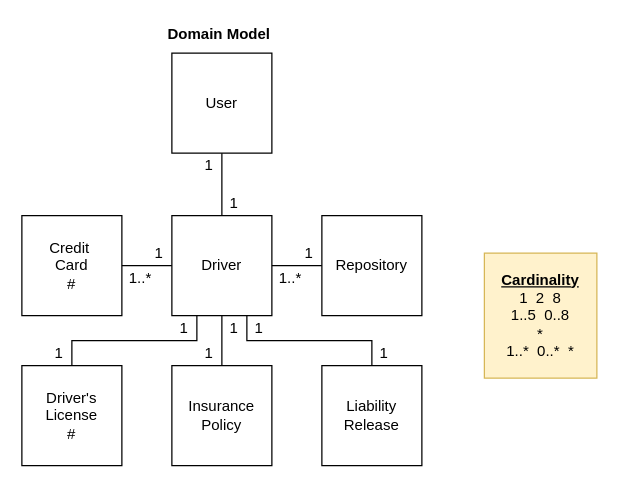
jmcjordi811/CISC210Draw keeps this draw.io diagram as page "Domain Model" (2 of 3) of Car Rental.drawio. Above is the earlier version. Source tidied: cells renumbered, new cells numbered last; positions are measured from the earlier drawing's top-left corner, leaving out a move shared by most shapes. Both pictures are drawn from the tidied source at 125%, with x=0, y=0 at pixel (21, 21).
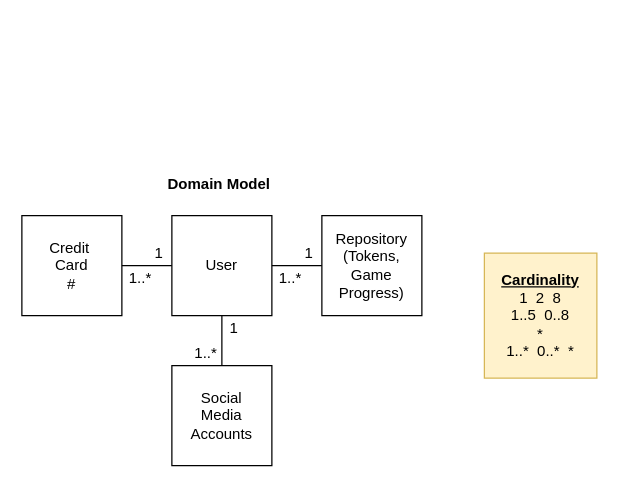
The same diagram, later.

Commit message:
Update Domain Model

The edit, as a diff of the source:
```diff
@@
-    <mxCell id="5" value="Driver" style="whiteSpace=wrap;html=1;fillColor=none;" parent="1" vertex="1">
+    <mxCell id="5" value="User" style="whiteSpace=wrap;html=1;fillColor=none;" parent="1" vertex="1">
       <mxGeometry x="120" y="155" width="80" height="80" as="geometry" />
     </mxCell>
-    <mxCell id="6" value="Repository" style="whiteSpace=wrap;html=1;fillColor=none;" parent="1" vertex="1">
+    <mxCell id="6" value="Repository&lt;br&gt;(Tokens, Game&lt;br&gt;Progress)" style="whiteSpace=wrap;html=1;fillColor=none;" parent="1" vertex="1">
       <mxGeometry x="240" y="155" width="80" height="80" as="geometry" />
     </mxCell>
-    <mxCell id="7" style="edgeStyle=orthogonalEdgeStyle;rounded=0;jettySize=auto;html=1;exitX=0.5;exitY=0;exitDx=0;exitDy=0;entryX=0.25;entryY=1;entryDx=0;entryDy=0;endArrow=none;endFill=0;" parent="1" edge="1" source="8" target="5">
-      <mxGeometry relative="1" as="geometry" />
-    </mxCell>
-    <mxCell id="8" value="Driver's&lt;br&gt;License&lt;br&gt;#" style="whiteSpace=wrap;html=1;fillColor=none;" parent="1" vertex="1">
-      <mxGeometry y="275" width="80" height="80" as="geometry" />
-    </mxCell>
@@
-    <mxCell id="10" value="Insurance&lt;br&gt;Policy" style="whiteSpace=wrap;html=1;fillColor=none;" parent="1" vertex="1">
+    <mxCell id="10" value="Social&lt;br&gt;Media&lt;br&gt;Accounts" style="whiteSpace=wrap;html=1;fillColor=none;" parent="1" vertex="1">
       <mxGeometry x="120" y="275" width="80" height="80" as="geometry" />
     </mxCell>
-    <mxCell id="11" style="edgeStyle=orthogonalEdgeStyle;rounded=0;jettySize=auto;html=1;exitX=0.5;exitY=0;exitDx=0;exitDy=0;entryX=0.75;entryY=1;entryDx=0;entryDy=0;endArrow=none;endFill=0;" parent="1" edge="1" source="12" target="5">
-      <mxGeometry relative="1" as="geometry" />
-    </mxCell>
-    <mxCell id="12" value="Liability&lt;br&gt;Release" style="whiteSpace=wrap;html=1;fillColor=none;" parent="1" vertex="1">
-      <mxGeometry x="240" y="275" width="80" height="80" as="geometry" />
-    </mxCell>
@@
-    <mxCell id="14" value="1" style="text;html=1;strokeColor=none;fillColor=none;align=center;verticalAlign=middle;whiteSpace=wrap;rounded=0;" parent="1" vertex="1">
-      <mxGeometry x="20" y="255" width="20" height="20" as="geometry" />
-    </mxCell>
-    <mxCell id="15" value="1" style="text;html=1;strokeColor=none;fillColor=none;align=center;verticalAlign=middle;whiteSpace=wrap;rounded=0;" parent="1" vertex="1">
-      <mxGeometry x="120" y="235" width="20" height="20" as="geometry" />
-    </mxCell>
-    <mxCell id="16" value="1" style="text;html=1;strokeColor=none;fillColor=none;align=center;verticalAlign=middle;whiteSpace=wrap;rounded=0;" parent="1" vertex="1">
-      <mxGeometry x="140" y="255" width="20" height="20" as="geometry" />
+    <mxCell id="16" value="1..*" style="text;html=1;strokeColor=none;fillColor=none;align=center;verticalAlign=middle;whiteSpace=wrap;rounded=0;" parent="1" vertex="1">
+      <mxGeometry x="135" y="255" width="25" height="20" as="geometry" />
     </mxCell>
@@
-    <mxCell id="18" value="1" style="text;html=1;strokeColor=none;fillColor=none;align=center;verticalAlign=middle;whiteSpace=wrap;rounded=0;" parent="1" vertex="1">
-      <mxGeometry x="180" y="235" width="20" height="20" as="geometry" />
-    </mxCell>
-    <mxCell id="19" value="1" style="text;html=1;strokeColor=none;fillColor=none;align=center;verticalAlign=middle;whiteSpace=wrap;rounded=0;" parent="1" vertex="1">
-      <mxGeometry x="280" y="255" width="20" height="20" as="geometry" />
-    </mxCell>
@@
     <mxCell id="24" value="Domain Model" style="text;html=1;align=left;verticalAlign=top;spacingTop=-4;fontStyle=1;" parent="1" vertex="1">
-      <mxGeometry x="115" width="90" height="20" as="geometry" />
+      <mxGeometry x="115" y="120" width="90" height="20" as="geometry" />
     </mxCell>
-    <mxCell id="25" style="edgeStyle=orthogonalEdgeStyle;rounded=0;jettySize=auto;html=1;exitX=0.5;exitY=1;exitDx=0;exitDy=0;entryX=0.5;entryY=0;entryDx=0;entryDy=0;endArrow=none;endFill=0;" parent="1" edge="1" source="26" target="5">
-      <mxGeometry relative="1" as="geometry" />
-    </mxCell>
-    <mxCell id="26" value="User" style="whiteSpace=wrap;html=1;fillColor=none;" parent="1" vertex="1">
-      <mxGeometry x="120" y="25" width="80" height="80" as="geometry" />
-    </mxCell>
-    <mxCell id="27" value="1" style="text;html=1;strokeColor=none;fillColor=none;align=center;verticalAlign=middle;whiteSpace=wrap;rounded=0;" parent="1" vertex="1">
-      <mxGeometry x="160" y="135" width="20" height="20" as="geometry" />
-    </mxCell>
-    <mxCell id="28" value="1" style="text;html=1;strokeColor=none;fillColor=none;align=center;verticalAlign=middle;whiteSpace=wrap;rounded=0;" parent="1" vertex="1">
-      <mxGeometry x="140" y="105" width="20" height="20" as="geometry" />
-    </mxCell>
```
